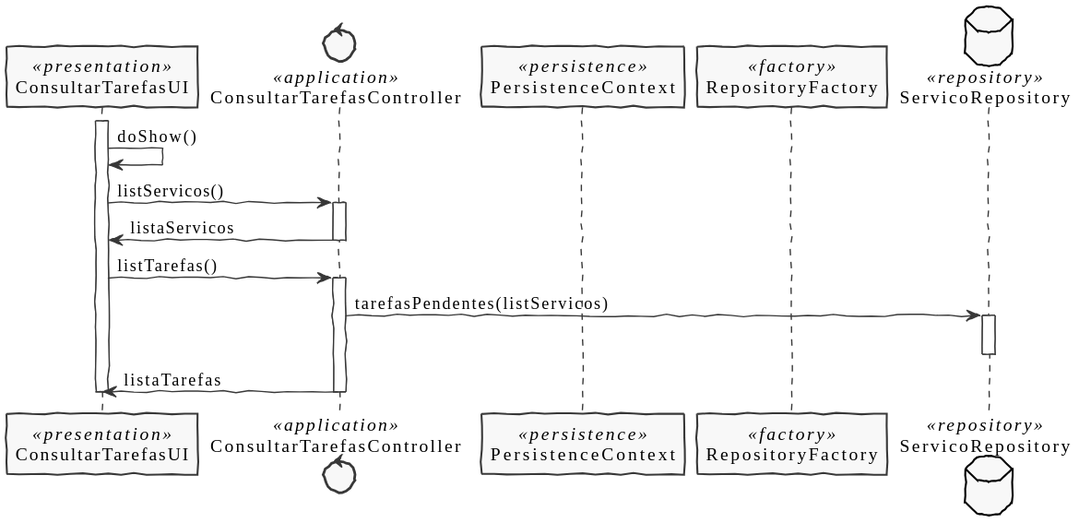
The PlantUML diagram docs/Sprint C/1190769/US3021/SD.svg in pedrolemos4/LAPR4, before a commit.
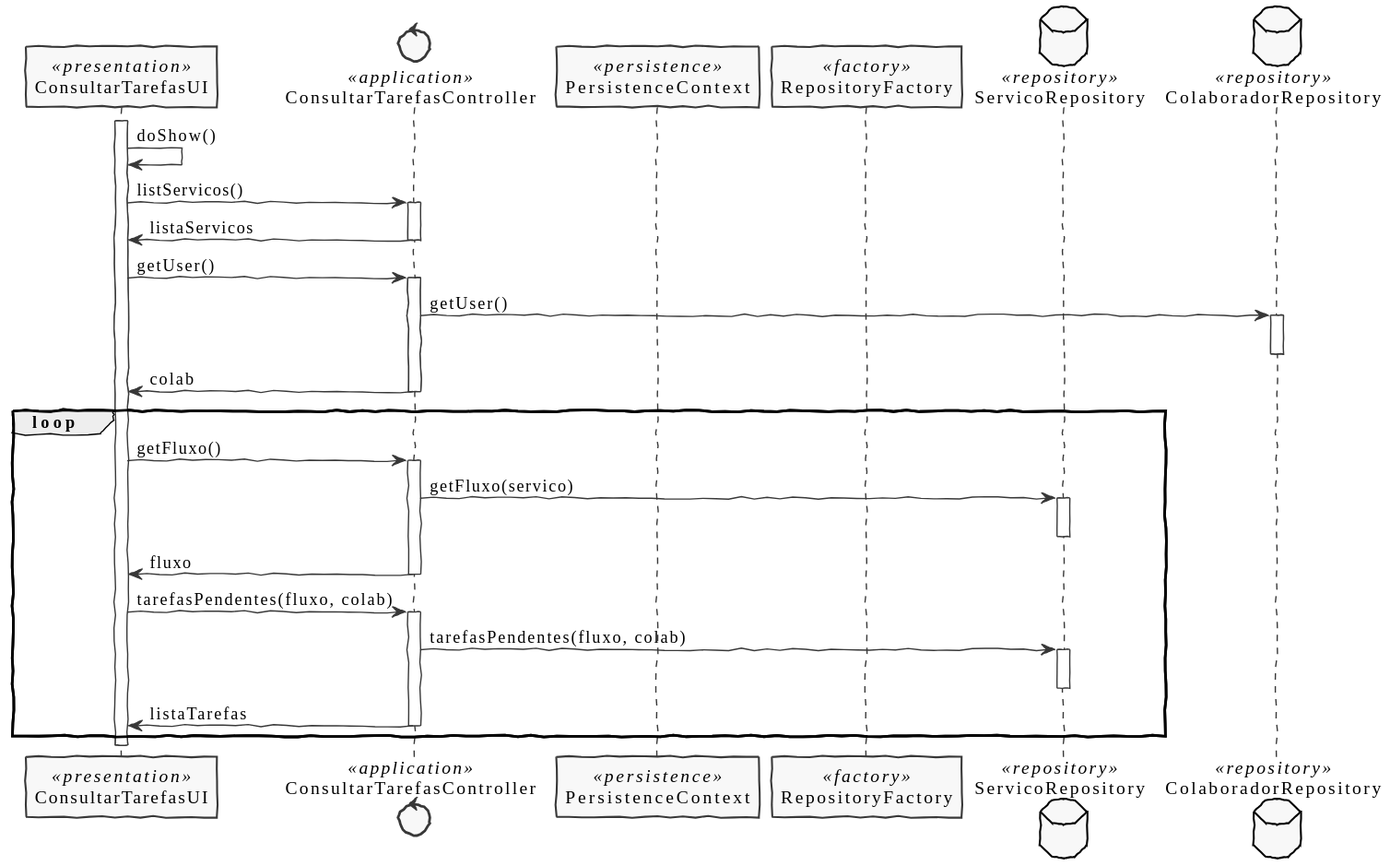
The same file after the commit.

Diff of the diagram source:
```diff
@@ -10,6 +10,7 @@
 participant PersistenceContext as Persistence <<persistence>>
 participant RepositoryFactory as Factory <<factory>>
 database ServicoRepository as SRepository <<repository>>
+database ColaboradorRepository as CRepository <<repository>>
 
 activate UI
 
@@ -20,13 +21,30 @@
       CTRL -> UI: listaServicos
     deactivate CTRL
 
-UI -> CTRL: listTarefas()
+UI -> CTRL: getUser()
     activate CTRL
-      CTRL -> SRepository: tarefasPendentes(listServicos)
+    CTRL -> CRepository: getUser()
+      activate CRepository
+      deactivate CRepository
+      CTRL -> UI: colab
+    deactivate CTRL
+
+loop
+UI -> CTRL: getFluxo()
+    activate CTRL
+    CTRL -> SRepository: getFluxo(servico)
+      activate SRepository
+      deactivate SRepository
+      CTRL -> UI: fluxo
+    deactivate CTRL
+
+UI -> CTRL: tarefasPendentes(fluxo, colab)
+    activate CTRL
+      CTRL -> SRepository: tarefasPendentes(fluxo, colab)
       activate SRepository
       deactivate SRepository
       CTRL -> UI: listaTarefas
     deactivate CTRL
-
+end
 deactivate UI
 @enduml
```
